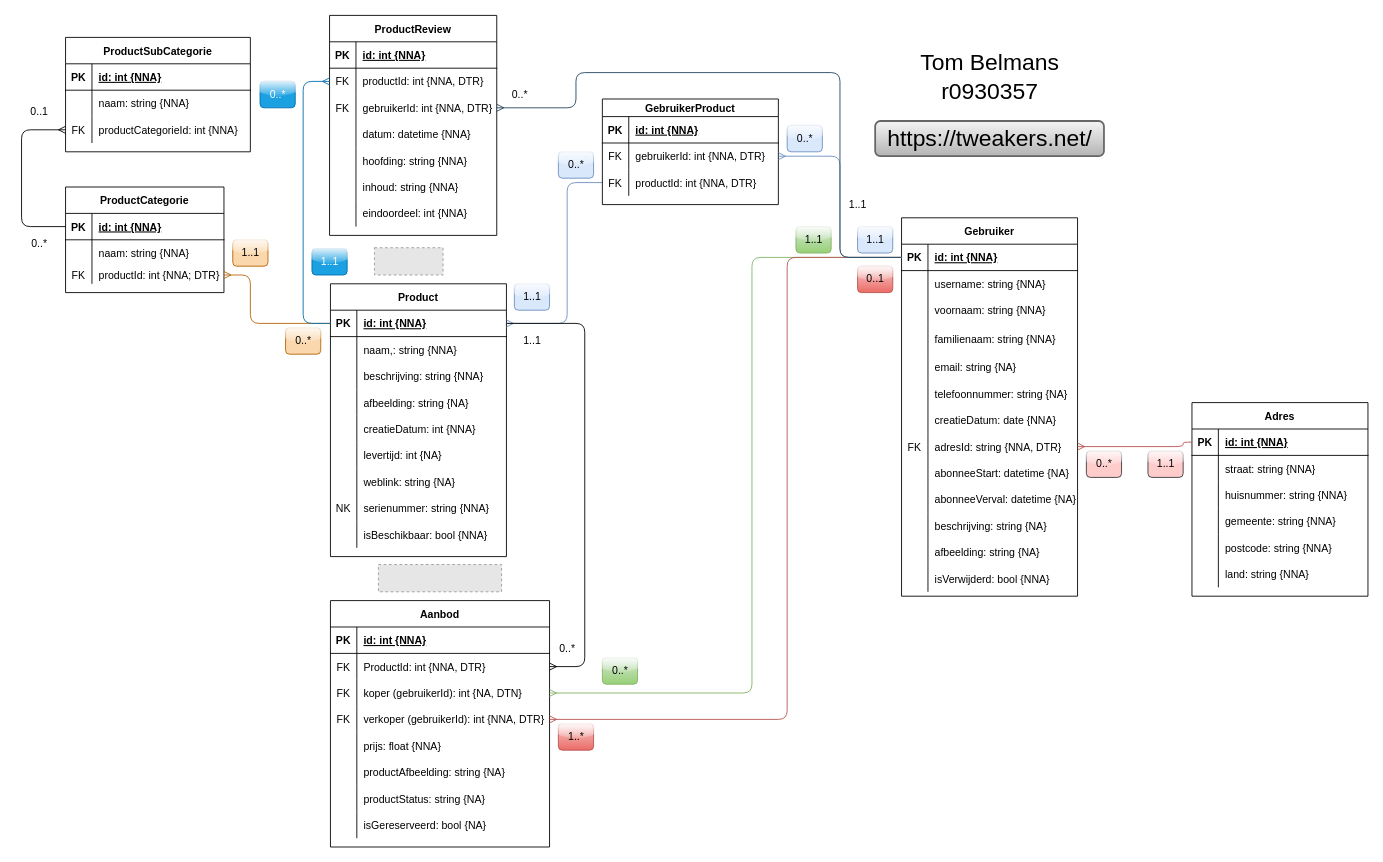
Before: page "SQL_diagram-r0930357 - Tweakers.net" (1 of 2) of Project/Project - deel 1/r0930357 - PE Project - Tweakers.net - ERD.drawio in r0930357/F1S2_SQL-en-Databanken, a draw.io diagram. Source tidied: cells renumbered, new cells numbered last; positions are measured from the earlier drawing's top-left corner, leaving out a move shared by most shapes. Both pictures are drawn from the tidied source at 88%, with x=0, y=0 at pixel (21, 15). Pictures stored in the file or linked from it are replaced by grey dashed boxes.
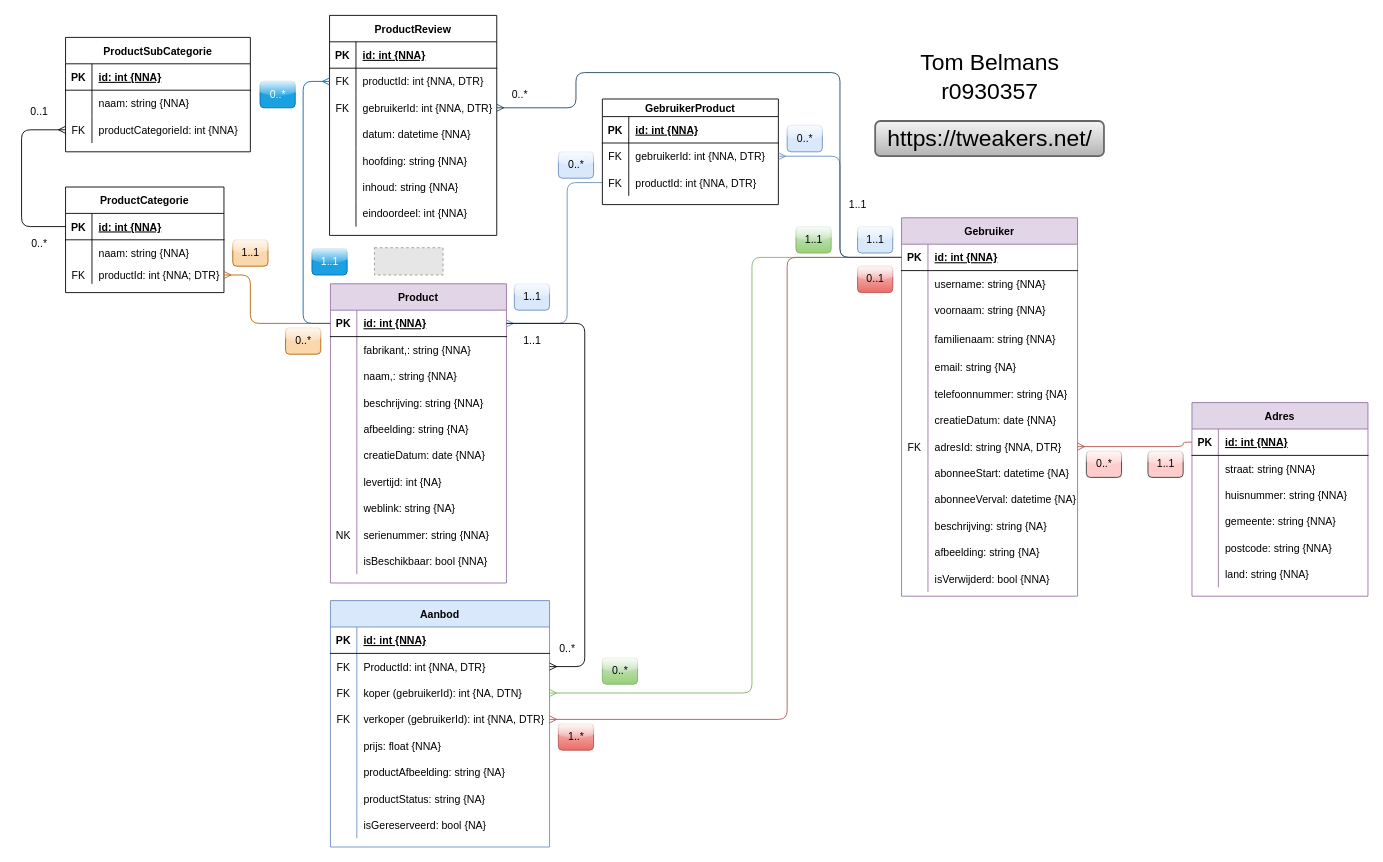
The same diagram, later.

Diff of the diagram source:
```diff
@@
-    <mxCell id="5" value="Gebruiker" style="shape=table;startSize=30;childLayout=tableLayout;rowLines=0;fontStyle=1;align=center;" parent="1" vertex="1">
+    <mxCell id="5" value="Gebruiker" style="shape=table;startSize=30;childLayout=tableLayout;rowLines=0;fontStyle=1;align=center;fillColor=#e1d5e7;strokeColor=#9673a6;" parent="1" vertex="1">
       <mxGeometry x="1000" y="230" width="200" height="430" as="geometry" />
     </mxCell>
@@
-    <mxCell id="45" value="Product" style="shape=table;startSize=30;childLayout=tableLayout;rowLines=0;fontStyle=1;align=center;" parent="1" vertex="1">
-      <mxGeometry x="351" y="305" width="200" height="310" as="geometry" />
+    <mxCell id="45" value="Product" style="shape=table;startSize=30;childLayout=tableLayout;rowLines=0;fontStyle=1;align=center;fillColor=#e1d5e7;strokeColor=#9673a6;" parent="1" vertex="1">
+      <mxGeometry x="351" y="305" width="200" height="340" as="geometry" />
     </mxCell>
@@
+    <mxCell id="200" style="shape=partialRectangle;fillColor=none;top=0;left=0;bottom=0;right=0;" parent="45" vertex="1">
+      <mxGeometry y="60" width="200" height="30" as="geometry" />
+    </mxCell>
+    <mxCell id="201" style="shape=partialRectangle;fillColor=none;top=0;left=0;bottom=0;right=0;overflow=hidden;" parent="200" vertex="1">
+      <mxGeometry width="30" height="30" as="geometry" />
+    </mxCell>
+    <mxCell id="202" value="fabrikant,: string {NNA}" style="shape=partialRectangle;fillColor=none;top=0;left=0;bottom=0;right=0;align=left;spacingLeft=6;overflow=hidden;" parent="200" vertex="1">
+      <mxGeometry x="30" width="170" height="30" as="geometry" />
+    </mxCell>
     <mxCell id="49" style="shape=partialRectangle;fillColor=none;top=0;left=0;bottom=0;right=0;" parent="45" vertex="1">
-      <mxGeometry y="60" width="200" height="30" as="geometry" />
+      <mxGeometry y="90" width="200" height="30" as="geometry" />
     </mxCell>
@@
     <mxCell id="52" style="shape=partialRectangle;fillColor=none;top=0;left=0;bottom=0;right=0;" parent="45" vertex="1">
-      <mxGeometry y="90" width="200" height="30" as="geometry" />
+      <mxGeometry y="120" width="200" height="30" as="geometry" />
     </mxCell>
@@
     <mxCell id="55" style="shape=partialRectangle;fillColor=none;top=0;left=0;bottom=0;right=0;" parent="45" vertex="1">
-      <mxGeometry y="120" width="200" height="30" as="geometry" />
+      <mxGeometry y="150" width="200" height="30" as="geometry" />
     </mxCell>
@@
     <mxCell id="58" style="shape=partialRectangle;fillColor=none;top=0;left=0;bottom=0;right=0;" parent="45" vertex="1">
-      <mxGeometry y="150" width="200" height="30" as="geometry" />
+      <mxGeometry y="180" width="200" height="30" as="geometry" />
     </mxCell>
@@
-    <mxCell id="60" value="creatieDatum: int {NNA}" style="shape=partialRectangle;fillColor=none;top=0;left=0;bottom=0;right=0;align=left;spacingLeft=6;overflow=hidden;" parent="58" vertex="1">
+    <mxCell id="60" value="creatieDatum: date {NNA}" style="shape=partialRectangle;fillColor=none;top=0;left=0;bottom=0;right=0;align=left;spacingLeft=6;overflow=hidden;" parent="58" vertex="1">
       <mxGeometry x="30" width="170" height="30" as="geometry" />
     </mxCell>
     <mxCell id="61" style="shape=partialRectangle;fillColor=none;top=0;left=0;bottom=0;right=0;" parent="45" vertex="1">
-      <mxGeometry y="180" width="200" height="30" as="geometry" />
+      <mxGeometry y="210" width="200" height="30" as="geometry" />
     </mxCell>
@@
     <mxCell id="64" style="shape=partialRectangle;fillColor=none;top=0;left=0;bottom=0;right=0;" parent="45" vertex="1">
-      <mxGeometry y="210" width="200" height="30" as="geometry" />
+      <mxGeometry y="240" width="200" height="30" as="geometry" />
     </mxCell>
@@
     <mxCell id="67" style="shape=partialRectangle;fillColor=none;top=0;left=0;bottom=0;right=0;" parent="45" vertex="1">
-      <mxGeometry y="240" width="200" height="30" as="geometry" />
+      <mxGeometry y="270" width="200" height="30" as="geometry" />
     </mxCell>
@@
     <mxCell id="70" style="shape=partialRectangle;fillColor=none;top=0;left=0;bottom=0;right=0;" parent="45" vertex="1">
-      <mxGeometry y="270" width="200" height="30" as="geometry" />
+      <mxGeometry y="300" width="200" height="30" as="geometry" />
     </mxCell>
@@
-    <mxCell id="83" value="Adres" style="shape=table;startSize=30;childLayout=tableLayout;rowLines=0;fontStyle=1;align=center;" parent="1" vertex="1">
+    <mxCell id="83" value="Adres" style="shape=table;startSize=30;childLayout=tableLayout;rowLines=0;fontStyle=1;align=center;fillColor=#e1d5e7;strokeColor=#9673a6;" parent="1" vertex="1">
       <mxGeometry x="1330" y="440" width="200" height="220" as="geometry" />
     </mxCell>
@@
-    <mxCell id="140" value="Aanbod" style="shape=table;startSize=30;childLayout=tableLayout;rowLines=0;fontStyle=1;align=center;rounded=0;strokeColor=default;strokeWidth=1;fontSize=12;" parent="1" vertex="1">
+    <mxCell id="140" value="Aanbod" style="shape=table;startSize=30;childLayout=tableLayout;rowLines=0;fontStyle=1;align=center;rounded=0;strokeColor=#6c8ebf;strokeWidth=1;fontSize=12;fillColor=#dae8fc;" parent="1" vertex="1">
       <mxGeometry x="351" y="665" width="249" height="280" as="geometry" />
     </mxCell>
@@
-    <mxCell id="199" style="fillColor=#E6E6E6;strokeColor=#999999;dashed=1;verticalLabelPosition=bottom;labelBackgroundColor=default;verticalAlign=top;" parent="1" vertex="1">
-      <mxGeometry x="405.5" y="624" width="140" height="31" as="geometry" />
-    </mxCell>
```
